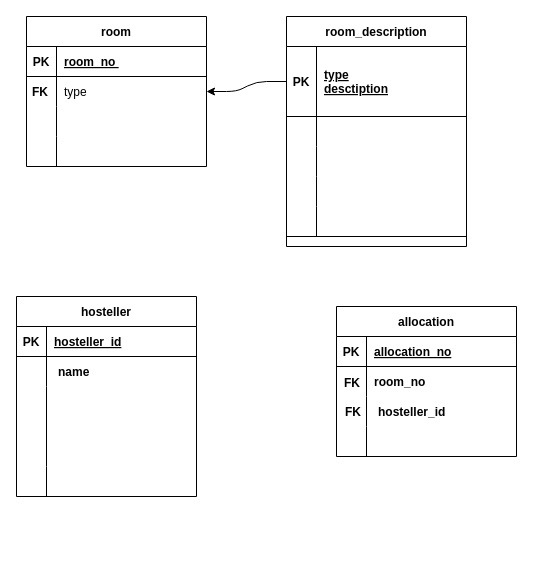
Above: PHP/Web/Hostel/AnalysisDesign/HostelRelationalSchema.drawio in onlitstechnologies/ONLITS2201 (draw.io), before the change. Source tidied: cells renumbered, new cells numbered last; positions are measured from the earlier drawing's top-left corner, leaving out a move shared by most shapes. Both pictures are drawn from the tidied source at 100%, with x=0, y=0 at pixel (16, 16).
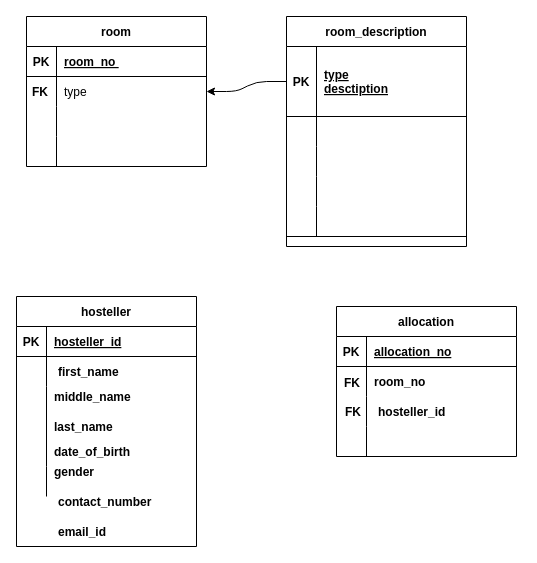
After the change.

The edit, as a diff of the source:
```diff
@@
     <mxCell id="33" value="hosteller" style="shape=table;startSize=30;childLayout=tableLayout;rowLines=0;fontStyle=1;align=center;" parent="1" vertex="1">
-      <mxGeometry y="280" width="180" height="200" as="geometry" />
+      <mxGeometry y="280" width="180" height="250" as="geometry" />
     </mxCell>
@@
-    <mxCell id="59" value="name" style="shape=partialRectangle;fillColor=none;top=0;left=0;bottom=0;right=0;align=left;spacingLeft=6;fontStyle=1;overflow=hidden;" parent="1" vertex="1">
+    <mxCell id="59" value="first_name" style="shape=partialRectangle;fillColor=none;top=0;left=0;bottom=0;right=0;align=left;spacingLeft=6;fontStyle=1;overflow=hidden;" parent="1" vertex="1">
       <mxGeometry x="34" y="340" width="150" height="30" as="geometry" />
     </mxCell>
@@
+    <mxCell id="64" value="middle_name" style="shape=partialRectangle;fillColor=none;top=0;left=0;bottom=0;right=0;align=left;spacingLeft=6;fontStyle=1;overflow=hidden;" parent="1" vertex="1">
+      <mxGeometry x="30" y="365" width="150" height="30" as="geometry" />
+    </mxCell>
+    <mxCell id="65" value="last_name" style="shape=partialRectangle;fillColor=none;top=0;left=0;bottom=0;right=0;align=left;spacingLeft=6;fontStyle=1;overflow=hidden;" parent="1" vertex="1">
+      <mxGeometry x="30" y="395" width="150" height="30" as="geometry" />
+    </mxCell>
+    <mxCell id="66" value="date_of_birth" style="shape=partialRectangle;fillColor=none;top=0;left=0;bottom=0;right=0;align=left;spacingLeft=6;fontStyle=1;overflow=hidden;" parent="1" vertex="1">
+      <mxGeometry x="30" y="420" width="150" height="30" as="geometry" />
+    </mxCell>
+    <mxCell id="67" value="gender" style="shape=partialRectangle;fillColor=none;top=0;left=0;bottom=0;right=0;align=left;spacingLeft=6;fontStyle=1;overflow=hidden;" parent="1" vertex="1">
+      <mxGeometry x="30" y="440" width="150" height="30" as="geometry" />
+    </mxCell>
+    <mxCell id="68" value="contact_number" style="shape=partialRectangle;fillColor=none;top=0;left=0;bottom=0;right=0;align=left;spacingLeft=6;fontStyle=1;overflow=hidden;" parent="1" vertex="1">
+      <mxGeometry x="34" y="470" width="150" height="30" as="geometry" />
+    </mxCell>
+    <mxCell id="69" value="email_id" style="shape=partialRectangle;fillColor=none;top=0;left=0;bottom=0;right=0;align=left;spacingLeft=6;fontStyle=1;overflow=hidden;" parent="1" vertex="1">
+      <mxGeometry x="34" y="500" width="150" height="30" as="geometry" />
+    </mxCell>
```
